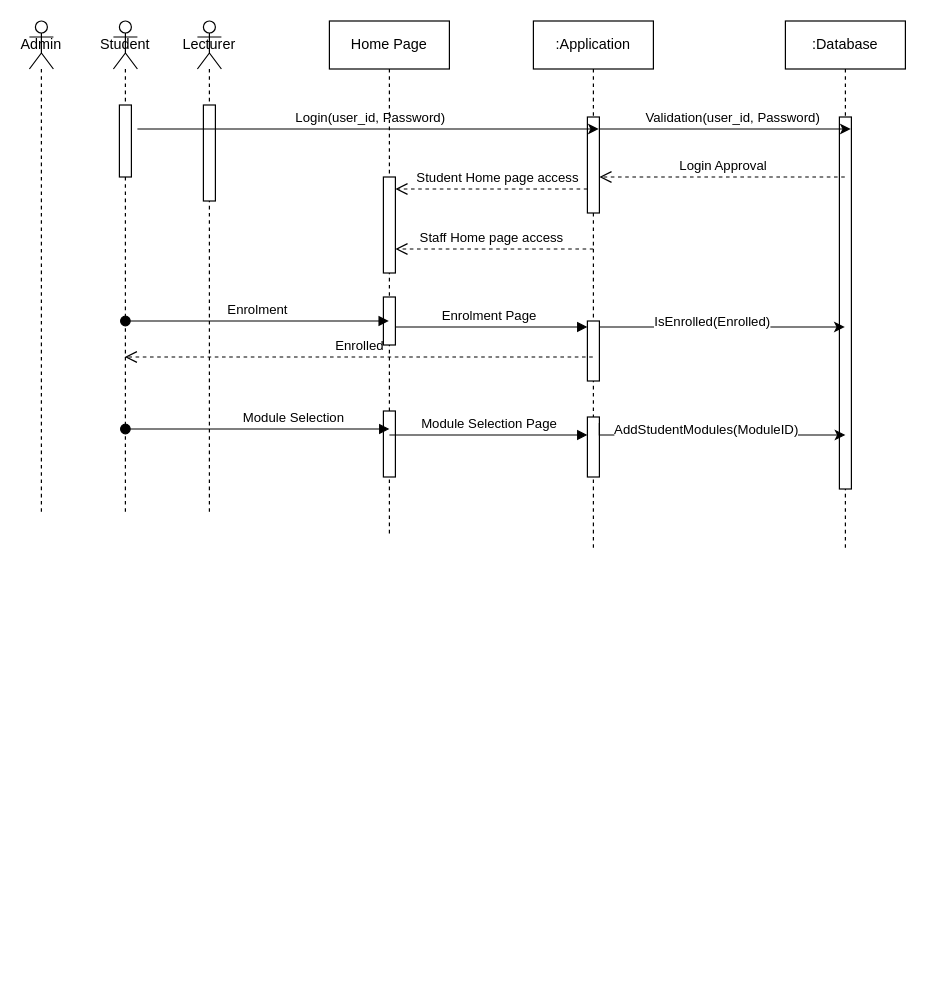
This is Untitled Diagram.drawio from bensolo12/Databases, a draw.io file, before an edit. Source tidied: cells renumbered, new cells numbered last; positions are measured from the earlier drawing's top-left corner, leaving out a move shared by most shapes. Both pictures are drawn from the tidied source at 120%, with x=0, y=0 at pixel (29, 20).
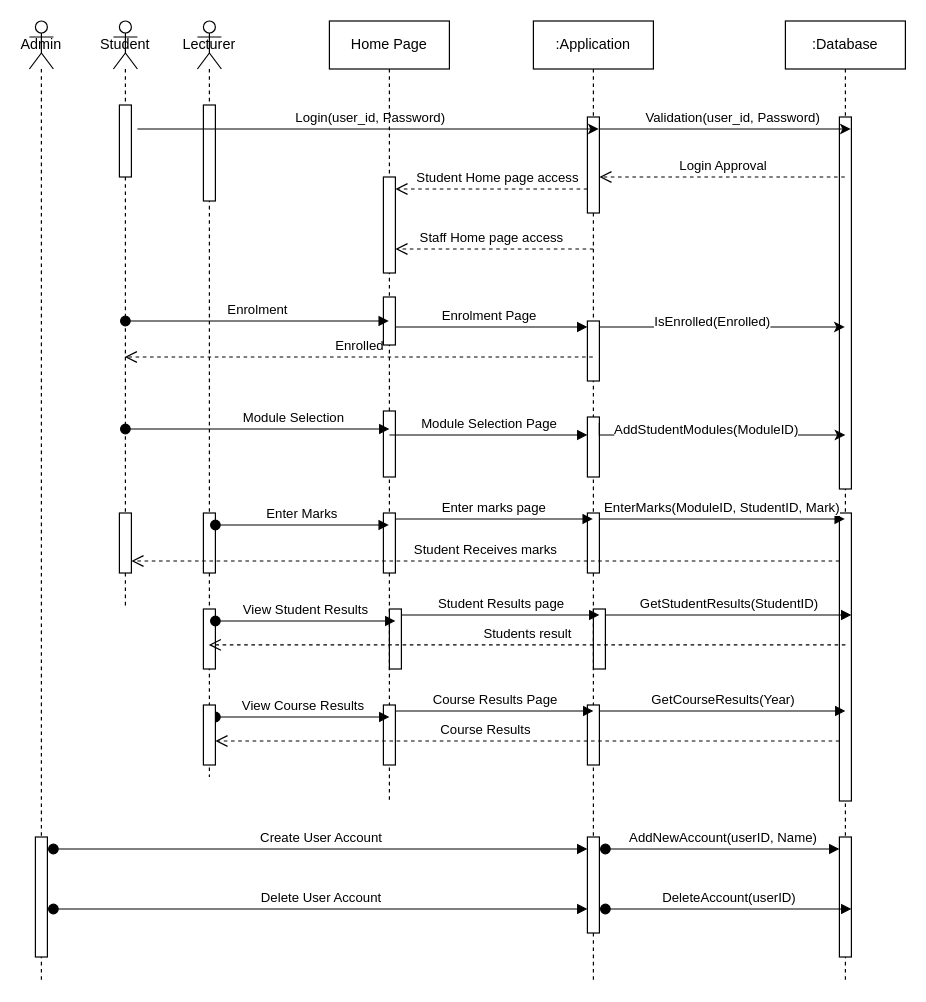
After the change.

What changed in the source:
```diff
@@
     <mxCell id="2" value="Student" style="shape=umlLifeline;perimeter=lifelinePerimeter;whiteSpace=wrap;html=1;newEdgeStyle={&quot;curved&quot;:0,&quot;rounded&quot;:0};participant=umlActor;" parent="1" vertex="1">
-      <mxGeometry x="70" width="20" height="410" as="geometry" />
+      <mxGeometry x="70" width="20" height="490" as="geometry" />
     </mxCell>
@@
+    <mxCell id="33" style="html=1;perimeter=orthogonalPerimeter;targetShapes=umlLifeline;newEdgeStyle={&quot;curved&quot;:0,&quot;rounded&quot;:0};" parent="2" vertex="1">
+      <mxGeometry x="5" y="410" width="10" height="50" as="geometry" />
+    </mxCell>
     <mxCell id="4" value="Lecturer" style="shape=umlLifeline;perimeter=lifelinePerimeter;whiteSpace=wrap;html=1;outlineConnect=0;portConstraint=eastwest;newEdgeStyle={&quot;curved&quot;:0,&quot;rounded&quot;:0};participant=umlActor;" parent="1" vertex="1">
-      <mxGeometry x="140" width="20" height="410" as="geometry" />
+      <mxGeometry x="140" width="20" height="630" as="geometry" />
     </mxCell>
@@
+    <mxCell id="34" style="html=1;points=[[0,0,0,0,5],[0,1,0,0,-5],[1,0,0,0,5],[1,1,0,0,-5]];perimeter=orthogonalPerimeter;outlineConnect=0;targetShapes=umlLifeline;portConstraint=eastwest;newEdgeStyle={&quot;curved&quot;:0,&quot;rounded&quot;:0};" parent="4" vertex="1">
+      <mxGeometry x="5" y="410" width="10" height="50" as="geometry" />
+    </mxCell>
+    <mxCell id="35" style="html=1;points=[[0,0,0,0,5],[0,1,0,0,-5],[1,0,0,0,5],[1,1,0,0,-5]];perimeter=orthogonalPerimeter;outlineConnect=0;targetShapes=umlLifeline;portConstraint=eastwest;newEdgeStyle={&quot;curved&quot;:0,&quot;rounded&quot;:0};" parent="4" vertex="1">
+      <mxGeometry x="5" y="490" width="10" height="50" as="geometry" />
+    </mxCell>
     <mxCell id="6" value="Admin" style="shape=umlLifeline;perimeter=lifelinePerimeter;whiteSpace=wrap;html=1;newEdgeStyle={&quot;curved&quot;:0,&quot;rounded&quot;:0};participant=umlActor;" parent="1" vertex="1">
-      <mxGeometry width="20" height="410" as="geometry" />
+      <mxGeometry width="20" height="800" as="geometry" />
     </mxCell>
+    <mxCell id="36" style="html=1;perimeter=orthogonalPerimeter;targetShapes=umlLifeline;newEdgeStyle={&quot;curved&quot;:0,&quot;rounded&quot;:0};" parent="6" vertex="1">
+      <mxGeometry x="5" y="680" width="10" height="100" as="geometry" />
+    </mxCell>
     <mxCell id="7" value=":Application" style="shape=umlLifeline;perimeter=lifelinePerimeter;whiteSpace=wrap;html=1;outlineConnect=0;portConstraint=eastwest;newEdgeStyle={&quot;curved&quot;:0,&quot;rounded&quot;:0};" parent="1" vertex="1">
-      <mxGeometry x="420" width="100" height="440" as="geometry" />
+      <mxGeometry x="420" width="100" height="800" as="geometry" />
     </mxCell>
@@
+    <mxCell id="37" style="html=1;points=[[0,0,0,0,5],[0,1,0,0,-5],[1,0,0,0,5],[1,1,0,0,-5]];perimeter=orthogonalPerimeter;outlineConnect=0;targetShapes=umlLifeline;portConstraint=eastwest;newEdgeStyle={&quot;curved&quot;:0,&quot;rounded&quot;:0};" parent="7" vertex="1">
+      <mxGeometry x="45" y="410" width="10" height="50" as="geometry" />
+    </mxCell>
+    <mxCell id="38" style="html=1;points=[[0,0,0,0,5],[0,1,0,0,-5],[1,0,0,0,5],[1,1,0,0,-5]];perimeter=orthogonalPerimeter;outlineConnect=0;targetShapes=umlLifeline;portConstraint=eastwest;newEdgeStyle={&quot;curved&quot;:0,&quot;rounded&quot;:0};" parent="7" vertex="1">
+      <mxGeometry x="45" y="680" width="10" height="80" as="geometry" />
+    </mxCell>
     <mxCell id="11" value=":Database" style="shape=umlLifeline;perimeter=lifelinePerimeter;whiteSpace=wrap;html=1;outlineConnect=0;portConstraint=eastwest;newEdgeStyle={&quot;curved&quot;:0,&quot;rounded&quot;:0};" parent="1" vertex="1">
-      <mxGeometry x="630" width="100" height="440" as="geometry" />
+      <mxGeometry x="630" width="100" height="800" as="geometry" />
     </mxCell>
@@
+    <mxCell id="39" style="html=1;points=[[0,0,0,0,5],[0,1,0,0,-5],[1,0,0,0,5],[1,1,0,0,-5]];perimeter=orthogonalPerimeter;outlineConnect=0;targetShapes=umlLifeline;portConstraint=eastwest;newEdgeStyle={&quot;curved&quot;:0,&quot;rounded&quot;:0};" parent="11" vertex="1">
+      <mxGeometry x="45" y="410" width="10" height="240" as="geometry" />
+    </mxCell>
+    <mxCell id="40" style="html=1;points=[[0,0,0,0,5],[0,1,0,0,-5],[1,0,0,0,5],[1,1,0,0,-5]];perimeter=orthogonalPerimeter;outlineConnect=0;targetShapes=umlLifeline;portConstraint=eastwest;newEdgeStyle={&quot;curved&quot;:0,&quot;rounded&quot;:0};" parent="11" vertex="1">
+      <mxGeometry x="45" y="680" width="10" height="100" as="geometry" />
+    </mxCell>
@@
     <mxCell id="24" value="Home Page" style="shape=umlLifeline;perimeter=lifelinePerimeter;whiteSpace=wrap;html=1;outlineConnect=0;portConstraint=eastwest;newEdgeStyle={&quot;curved&quot;:0,&quot;rounded&quot;:0};" parent="1" vertex="1">
-      <mxGeometry x="250" width="100" height="430" as="geometry" />
+      <mxGeometry x="250" width="100" height="650" as="geometry" />
     </mxCell>
@@
+    <mxCell id="41" style="html=1;points=[[0,0,0,0,5],[0,1,0,0,-5],[1,0,0,0,5],[1,1,0,0,-5]];perimeter=orthogonalPerimeter;outlineConnect=0;targetShapes=umlLifeline;portConstraint=eastwest;newEdgeStyle={&quot;curved&quot;:0,&quot;rounded&quot;:0};" parent="24" vertex="1">
+      <mxGeometry x="45" y="410" width="10" height="50" as="geometry" />
+    </mxCell>
@@
+    <mxCell id="42" value="Enter Marks" style="html=1;verticalAlign=bottom;startArrow=oval;startFill=1;endArrow=block;startSize=8;curved=0;rounded=0;" parent="1" edge="1" source="34" target="24">
+      <mxGeometry relative="1" as="geometry">
+        <Array as="points">
+          <mxPoint x="230" y="420" />
+        </Array>
+      </mxGeometry>
+    </mxCell>
+    <mxCell id="43" value="Enter marks page" style="html=1;verticalAlign=bottom;endArrow=block;curved=0;rounded=0;exitX=1;exitY=0;exitDx=0;exitDy=5;exitPerimeter=0;" parent="1" edge="1" source="41" target="7">
+      <mxGeometry relative="1" as="geometry" />
+    </mxCell>
+    <mxCell id="44" value="EnterMarks(ModuleID, StudentID, Mark)" style="html=1;verticalAlign=bottom;endArrow=block;curved=0;rounded=0;exitX=1;exitY=0;exitDx=0;exitDy=5;exitPerimeter=0;" parent="1" edge="1" source="37" target="11">
+      <mxGeometry relative="1" as="geometry" />
+    </mxCell>
+    <mxCell id="45" value="Student Receives marks" style="html=1;verticalAlign=bottom;endArrow=open;dashed=1;endSize=8;curved=0;rounded=0;entryX=1;entryY=1;entryDx=0;entryDy=-5;entryPerimeter=0;" parent="1" edge="1">
+      <mxGeometry relative="1" as="geometry">
+        <mxPoint x="675" y="450" as="sourcePoint" />
+        <mxPoint x="85" y="450" as="targetPoint" />
+      </mxGeometry>
+    </mxCell>
+    <mxCell id="46" style="html=1;points=[[0,0,0,0,5],[0,1,0,0,-5],[1,0,0,0,5],[1,1,0,0,-5]];perimeter=orthogonalPerimeter;outlineConnect=0;targetShapes=umlLifeline;portConstraint=eastwest;newEdgeStyle={&quot;curved&quot;:0,&quot;rounded&quot;:0};" parent="1" vertex="1">
+      <mxGeometry x="470" y="490" width="10" height="50" as="geometry" />
+    </mxCell>
+    <mxCell id="47" style="html=1;points=[[0,0,0,0,5],[0,1,0,0,-5],[1,0,0,0,5],[1,1,0,0,-5]];perimeter=orthogonalPerimeter;outlineConnect=0;targetShapes=umlLifeline;portConstraint=eastwest;newEdgeStyle={&quot;curved&quot;:0,&quot;rounded&quot;:0};" parent="1" vertex="1">
+      <mxGeometry x="300" y="490" width="10" height="50" as="geometry" />
+    </mxCell>
+    <mxCell id="48" value="View Student Results" style="html=1;verticalAlign=bottom;startArrow=oval;startFill=1;endArrow=block;startSize=8;curved=0;rounded=0;" parent="1" edge="1" source="35">
+      <mxGeometry relative="1" as="geometry">
+        <mxPoint x="305" y="500" as="targetPoint" />
+        <Array as="points">
+          <mxPoint x="235" y="500" />
+        </Array>
+      </mxGeometry>
+    </mxCell>
+    <mxCell id="49" value="Student Results page" style="html=1;verticalAlign=bottom;endArrow=block;curved=0;rounded=0;exitX=1;exitY=0;exitDx=0;exitDy=5;exitPerimeter=0;" parent="1" edge="1" source="47">
+      <mxGeometry relative="1" as="geometry">
+        <mxPoint x="475" y="495" as="targetPoint" />
+      </mxGeometry>
+    </mxCell>
+    <mxCell id="50" value="GetStudentResults(StudentID)" style="html=1;verticalAlign=bottom;endArrow=block;curved=0;rounded=0;exitX=1;exitY=0;exitDx=0;exitDy=5;exitPerimeter=0;" parent="1" edge="1" source="46">
+      <mxGeometry relative="1" as="geometry">
+        <mxPoint x="685" y="495" as="targetPoint" />
+      </mxGeometry>
+    </mxCell>
+    <mxCell id="51" value="Students result" style="html=1;verticalAlign=bottom;endArrow=open;dashed=1;endSize=8;curved=0;rounded=0;exitX=0.5;exitY=0.458;exitDx=0;exitDy=0;exitPerimeter=0;" parent="1" edge="1" source="39" target="4">
+      <mxGeometry relative="1" as="geometry" />
+    </mxCell>
+    <mxCell id="52" style="html=1;points=[[0,0,0,0,5],[0,1,0,0,-5],[1,0,0,0,5],[1,1,0,0,-5]];perimeter=orthogonalPerimeter;outlineConnect=0;targetShapes=umlLifeline;portConstraint=eastwest;newEdgeStyle={&quot;curved&quot;:0,&quot;rounded&quot;:0};" parent="1" vertex="1">
+      <mxGeometry x="465" y="570" width="10" height="50" as="geometry" />
+    </mxCell>
+    <mxCell id="53" style="html=1;points=[[0,0,0,0,5],[0,1,0,0,-5],[1,0,0,0,5],[1,1,0,0,-5]];perimeter=orthogonalPerimeter;outlineConnect=0;targetShapes=umlLifeline;portConstraint=eastwest;newEdgeStyle={&quot;curved&quot;:0,&quot;rounded&quot;:0};" parent="1" vertex="1">
+      <mxGeometry x="295" y="570" width="10" height="50" as="geometry" />
+    </mxCell>
+    <mxCell id="54" value="View Course Results" style="html=1;verticalAlign=bottom;startArrow=oval;startFill=1;endArrow=block;startSize=8;curved=0;rounded=0;" parent="1" edge="1" source="59">
+      <mxGeometry relative="1" as="geometry">
+        <mxPoint x="300" y="580" as="targetPoint" />
+        <Array as="points">
+          <mxPoint x="230" y="580" />
+        </Array>
+      </mxGeometry>
+    </mxCell>
+    <mxCell id="55" value="Course Results Page" style="html=1;verticalAlign=bottom;endArrow=block;curved=0;rounded=0;exitX=1;exitY=0;exitDx=0;exitDy=5;exitPerimeter=0;" parent="1" edge="1" source="53">
+      <mxGeometry relative="1" as="geometry">
+        <mxPoint x="470" y="575" as="targetPoint" />
+      </mxGeometry>
+    </mxCell>
+    <mxCell id="56" value="GetCourseResults(Year)" style="html=1;verticalAlign=bottom;endArrow=block;curved=0;rounded=0;exitX=1;exitY=0;exitDx=0;exitDy=5;exitPerimeter=0;" parent="1" edge="1" source="52">
+      <mxGeometry relative="1" as="geometry">
+        <mxPoint x="680" y="575" as="targetPoint" />
+      </mxGeometry>
+    </mxCell>
+    <mxCell id="57" value="Course Results" style="html=1;verticalAlign=bottom;endArrow=open;dashed=1;endSize=8;curved=0;rounded=0;exitX=0.5;exitY=0.458;exitDx=0;exitDy=0;exitPerimeter=0;" parent="1" edge="1" source="59">
+      <mxGeometry x="-1" y="230" relative="1" as="geometry">
+        <mxPoint x="145" y="600" as="targetPoint" />
+        <mxPoint x="42" y="-125" as="offset" />
+      </mxGeometry>
+    </mxCell>
+    <mxCell id="58" style="html=1;verticalAlign=bottom;endArrow=open;dashed=1;endSize=8;curved=0;rounded=0;exitX=0.5;exitY=0.458;exitDx=0;exitDy=0;exitPerimeter=0;" parent="1" edge="1" target="59">
+      <mxGeometry relative="1" as="geometry">
+        <mxPoint x="675" y="600" as="sourcePoint" />
+      </mxGeometry>
+    </mxCell>
+    <mxCell id="59" style="html=1;points=[[0,0,0,0,5],[0,1,0,0,-5],[1,0,0,0,5],[1,1,0,0,-5]];perimeter=orthogonalPerimeter;outlineConnect=0;targetShapes=umlLifeline;portConstraint=eastwest;newEdgeStyle={&quot;curved&quot;:0,&quot;rounded&quot;:0};" parent="1" vertex="1">
+      <mxGeometry x="145" y="570" width="10" height="50" as="geometry" />
+    </mxCell>
+    <mxCell id="60" value="Create User Account" style="html=1;verticalAlign=bottom;startArrow=oval;startFill=1;endArrow=block;startSize=8;curved=0;rounded=0;" parent="1" edge="1" target="38">
+      <mxGeometry relative="1" as="geometry">
+        <mxPoint x="20" y="690" as="sourcePoint" />
+        <Array as="points">
+          <mxPoint x="190" y="690" />
+        </Array>
+      </mxGeometry>
+    </mxCell>
+    <mxCell id="61" value="AddNewAccount(userID, Name)" style="html=1;verticalAlign=bottom;startArrow=oval;startFill=1;endArrow=block;startSize=8;curved=0;rounded=0;" parent="1" edge="1" target="40">
+      <mxGeometry relative="1" as="geometry">
+        <mxPoint x="480" y="690" as="sourcePoint" />
+        <Array as="points">
+          <mxPoint x="540" y="690" />
+        </Array>
+      </mxGeometry>
+    </mxCell>
+    <mxCell id="62" value="Delete User Account" style="html=1;verticalAlign=bottom;startArrow=oval;startFill=1;endArrow=block;startSize=8;curved=0;rounded=0;" parent="1" edge="1" target="38">
+      <mxGeometry relative="1" as="geometry">
+        <mxPoint x="20" y="740" as="sourcePoint" />
+        <Array as="points">
+          <mxPoint x="250" y="740" />
+        </Array>
+      </mxGeometry>
+    </mxCell>
+    <mxCell id="63" value="DeleteAccount(userID)" style="html=1;verticalAlign=bottom;startArrow=oval;startFill=1;endArrow=block;startSize=8;curved=0;rounded=0;" parent="1" edge="1">
+      <mxGeometry relative="1" as="geometry">
+        <mxPoint x="480" y="740" as="sourcePoint" />
+        <mxPoint x="685" y="740" as="targetPoint" />
+      </mxGeometry>
+    </mxCell>
```
